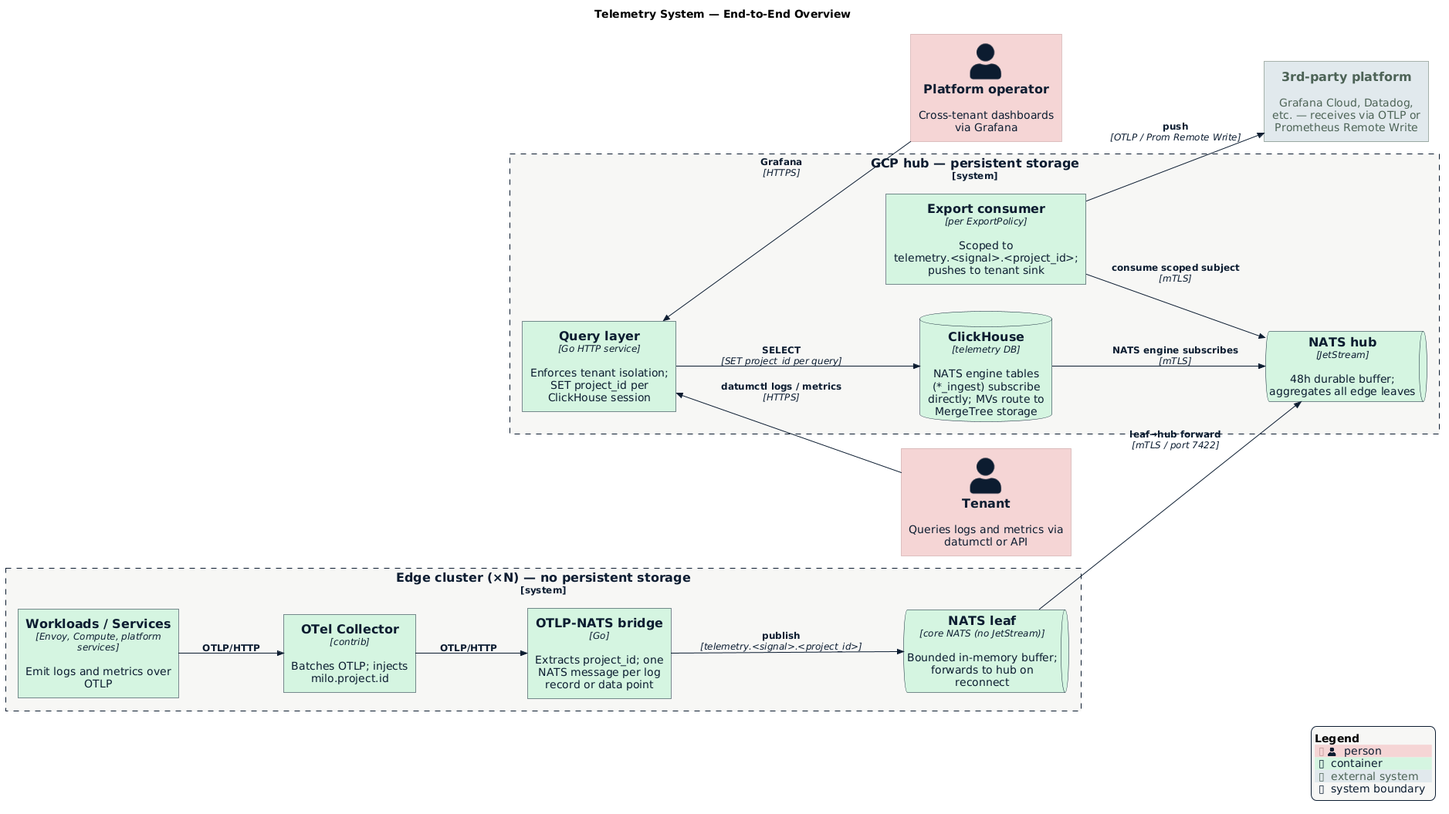
Earlier version of the PlantUML export enhancements/telemetry/system-overview.png (datum-cloud/enhancements). Its diagram source:
```plantuml
@startuml system-overview
!$NEW_C4_STYLE = 1
!include https://raw.githubusercontent.com/plantuml-stdlib/C4-PlantUML/master/C4_Container.puml
!include https://raw.githubusercontent.com/datum-cloud/enhancements/main/enhancements/datum-theme.puml

title Telemetry System — End-to-End Overview

LAYOUT_LEFT_RIGHT()

System_Boundary(edge, "Edge cluster (×N) — no persistent storage") {
    Container(workloads, "Workloads / Services", "Envoy, Compute, platform services", "Emit logs and metrics over OTLP")
    Container(collector, "OTel Collector", "contrib", "Batches OTLP; injects milo.project.id")
    Container(bridge, "OTLP-NATS bridge", "Go", "Extracts project_id; one NATS message per log record or data point")
    ContainerQueue(leaf, "NATS leaf", "core NATS (no JetStream)", "Bounded in-memory buffer; forwards to hub on reconnect")
}

System_Boundary(gcp, "GCP hub — persistent storage") {
    ContainerQueue(hub, "NATS hub", "JetStream", "48h durable buffer; aggregates all edge leaves")
    ContainerDb(ch, "ClickHouse", "telemetry DB", "NATS engine tables (*_ingest) subscribe directly; MVs route to MergeTree storage")
    Container(ql, "Query layer", "Go HTTP service", "Enforces tenant isolation; SET project_id per ClickHouse session")
    Container(expcons, "Export consumer", "per ExportPolicy", "Scoped to telemetry.<signal>.<project_id>; pushes to tenant sink")
}

Person(tenant, "Tenant", "Queries logs and metrics via datumctl or API")
Person(ops, "Platform operator", "Cross-tenant dashboards via Grafana")
System_Ext(sink, "3rd-party platform", "Grafana Cloud, Datadog, etc. — receives via OTLP or Prometheus Remote Write")

Rel(workloads, collector, "OTLP/HTTP")
Rel(collector, bridge, "OTLP/HTTP")
Rel(bridge, leaf, "publish", "telemetry.<signal>.<project_id>")
Rel(leaf, hub, "leaf→hub forward", "mTLS / port 7422")
Rel(ch, hub, "NATS engine subscribes", "mTLS")

Rel(ql, ch, "SELECT", "SET project_id per query")
Rel_U(tenant, ql, "datumctl logs / metrics", "HTTPS")
Rel_U(ops, ql, "Grafana", "HTTPS")

Rel(expcons, hub, "consume scoped subject", "mTLS")
Rel(expcons, sink, "push", "OTLP / Prom Remote Write")

SHOW_LEGEND()
@enduml
```
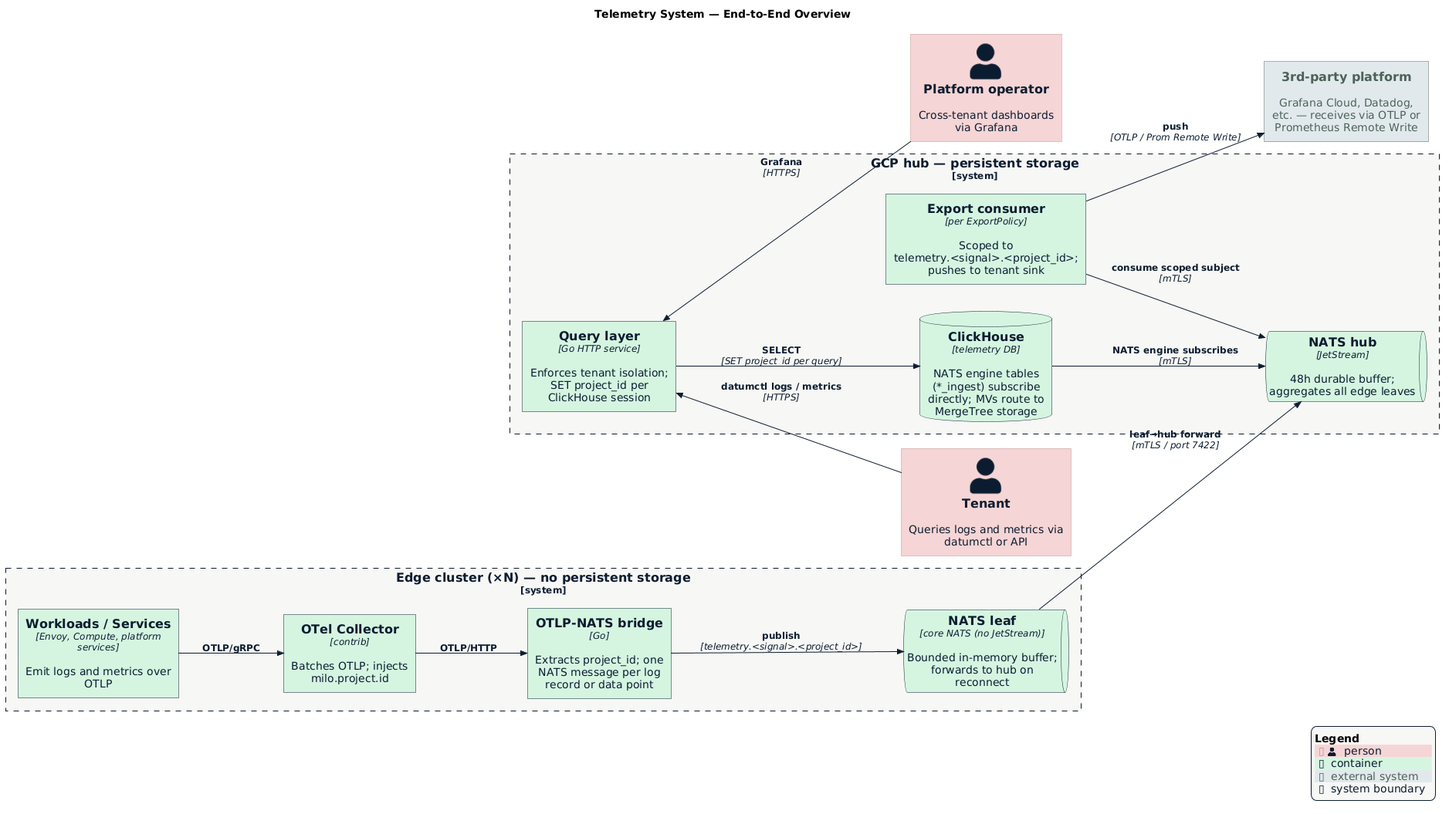
Above is the later version.

Commit message:
docs(telemetry): fix protocol labels in production diagrams

What changed in the source:
```diff
@@ -25,7 +25,7 @@
 Person(ops, "Platform operator", "Cross-tenant dashboards via Grafana")
 System_Ext(sink, "3rd-party platform", "Grafana Cloud, Datadog, etc. — receives via OTLP or Prometheus Remote Write")
 
-Rel(workloads, collector, "OTLP/HTTP")
+Rel(workloads, collector, "OTLP/gRPC")
 Rel(collector, bridge, "OTLP/HTTP")
 Rel(bridge, leaf, "publish", "telemetry.<signal>.<project_id>")
 Rel(leaf, hub, "leaf→hub forward", "mTLS / port 7422")
```
